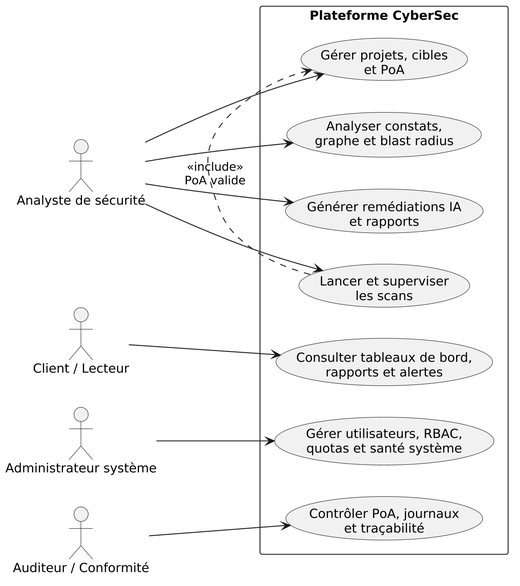
Above: rapport/img/fig_3_1_global_usecases.png in AymenAzizi/CyberSec-Platform (PlantUML), before the change.
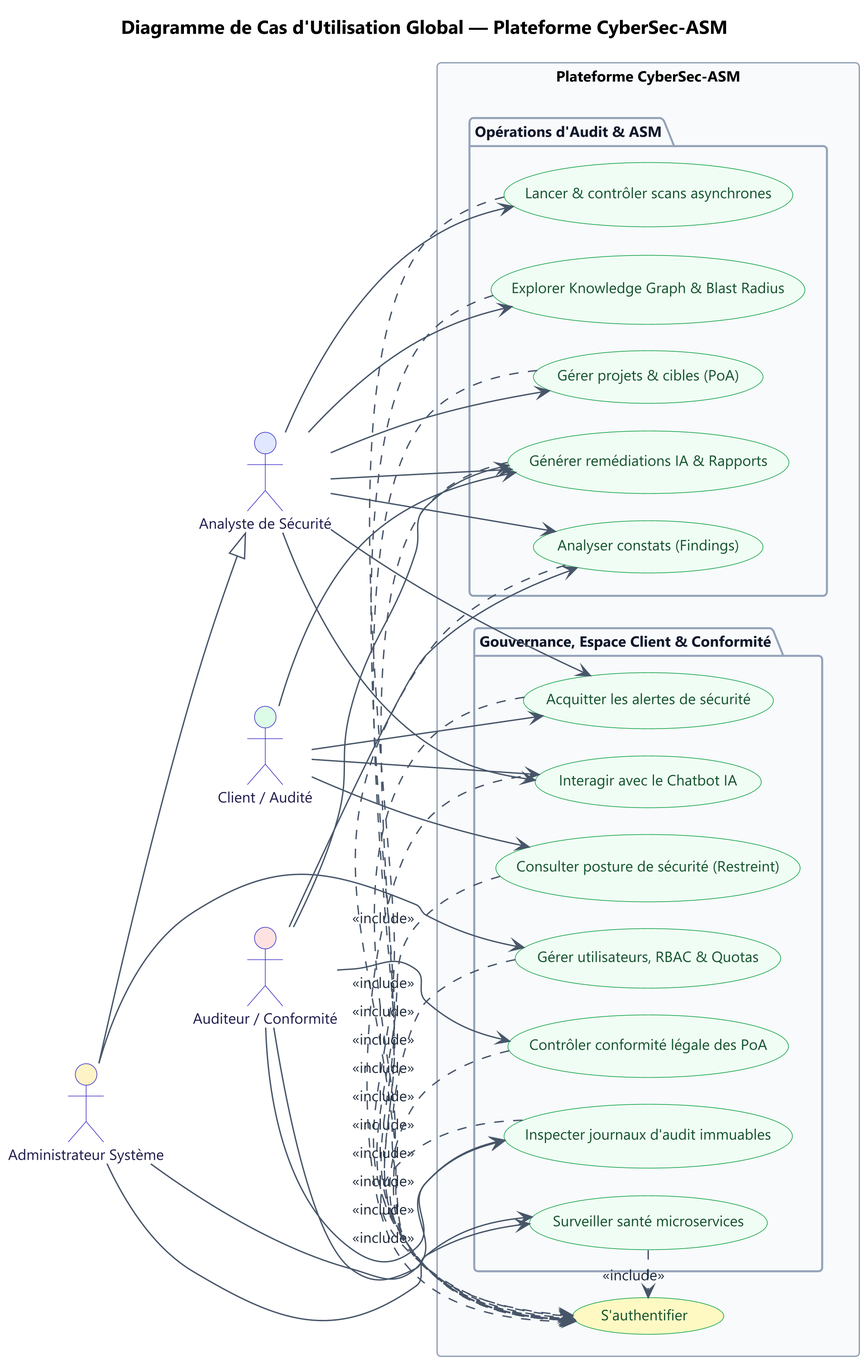
After the change.

What changed in the source:
```diff
@@ -1,27 +1,156 @@
 @startuml
-skinparam dpi 200
 left to right direction
+
 skinparam shadowing false
-skinparam packageStyle rectangle
-actor "Analyste de sécurité" as Analyst
-actor "Client / Lecteur" as Client
-actor "Administrateur système" as Admin
-actor "Auditeur / Conformité" as Auditor
-rectangle "Plateforme CyberSec" {
-  usecase "Gérer projets, cibles\net PoA" as UC1
-  usecase "Lancer et superviser\nles scans" as UC2
-  usecase "Analyser constats,\ngraphe et blast radius" as UC3
-  usecase "Générer remédiations IA\net rapports" as UC4
-  usecase "Consulter tableaux de bord,\nrapports et alertes" as UC5
-  usecase "Gérer utilisateurs, RBAC,\nquotas et santé système" as UC6
-  usecase "Contrôler PoA, journaux\net traçabilité" as UC7
+skinparam roundcorner 6
+skinparam defaultFontName "Segoe UI", Arial, sans-serif
+skinparam defaultFontSize 11
+skinparam dpi 300
+skinparam nodesep 20
+skinparam ranksep 20
+
+skinparam package {
+    BackgroundColor #F8FAFC
+    BorderColor #94A3B8
+    FontColor #0F172A
+    FontStyle bold
 }
-Analyst --> UC1
-Analyst --> UC2
-Analyst --> UC3
-Analyst --> UC4
-Client --> UC5
-Admin --> UC6
-Auditor --> UC7
-UC2 .> UC1 : <<include>>\nPoA valide
+
+skinparam actor {
+    BackgroundColor #EEF2FF
+    BorderColor #4F46E5
+    FontColor #1E1B4B
+}
+
+skinparam usecase {
+    BackgroundColor #F0FDF4
+    BorderColor #16A34A
+    FontColor #14532D
+    ArrowColor #475569
+    ArrowFontColor #334155
+}
+
+skinparam class {
+    BackgroundColor #FFFFFF
+    BorderColor #0284C7
+    HeaderBackgroundColor #F0F9FF
+    FontColor #0F172A
+    ArrowColor #0284C7
+}
+
+skinparam sequence {
+    LifeLineBorderColor #4F46E5
+    LifeLineBackgroundColor #EEF2FF
+    ParticipantBorderColor #4F46E5
+    ParticipantBackgroundColor #EEF2FF
+    ParticipantFontColor #1E1B4B
+    ParticipantFontStyle bold
+    ActorBorderColor #4338CA
+    ActorBackgroundColor #E0E7FF
+    ActorFontColor #1E1B4B
+    ArrowColor #2563EB
+    ArrowFontColor #1E293B
+    GroupBorderColor #94A3B8
+    GroupBackgroundColor #F8FAFC
+}
+
+skinparam state {
+    BackgroundColor #F0FDF4
+    BorderColor #16A34A
+    FontColor #14532D
+    ArrowColor #059669
+    StartColor #16A34A
+    EndColor #DC2626
+}
+
+skinparam activity {
+    BackgroundColor #F8FAFC
+    BorderColor #64748B
+    FontColor #0F172A
+    ArrowColor #475569
+    StartColor #16A34A
+    EndColor #DC2626
+    BarColor #334155
+    DiamondBackgroundColor #FEF3C7
+    DiamondBorderColor #D97706
+}
+
+skinparam node {
+    BackgroundColor #F8FAFC
+    BorderColor #64748B
+    FontColor #0F172A
+}
+
+skinparam component {
+    BackgroundColor #FFFFFF
+    BorderColor #0284C7
+    FontColor #0F172A
+}
+
+title Diagramme de Cas d'Utilisation Global — Plateforme CyberSec-ASM
+
+actor "Analyste de Sécurité" as Analyst #E0E7FF
+actor "Administrateur Système" as Admin #FEF3C7
+actor "Client / Audité" as Client #DCFCE7
+actor "Auditeur / Conformité" as Auditor #FEE2E2
+
+Admin --|> Analyst
+
+rectangle "Plateforme CyberSec-ASM" {
+    usecase "S'authentifier" as Auth #FEF9C3
+
+    package "Opérations d'Audit & ASM" as Ops {
+        usecase "Gérer projets & cibles (PoA)" as UC_Projects
+        usecase "Lancer & contrôler scans asynchrones" as UC_LaunchScan
+        usecase "Analyser constats (Findings)" as UC_Findings
+        usecase "Explorer Knowledge Graph & Blast Radius" as UC_Graph
+        usecase "Générer remédiations IA & Rapports" as UC_Remediation
+    }
+
+    package "Gouvernance, Espace Client & Conformité" as Gov {
+        usecase "Consulter posture de sécurité (Restreint)" as UC_ClientDash
+        usecase "Acquitter les alertes de sécurité" as UC_Alerts
+        usecase "Interagir avec le Chatbot IA" as UC_Chatbot
+        usecase "Gérer utilisateurs, RBAC & Quotas" as UC_AdminUsers
+        usecase "Surveiller santé microservices" as UC_Health
+        usecase "Inspecter journaux d'audit immuables" as UC_AuditLogs
+        usecase "Contrôler conformité légale des PoA" as UC_PoACompliance
+    }
+
+    UC_Projects .> Auth : <<include>>
+    UC_LaunchScan .> Auth : <<include>>
+    UC_Findings .> Auth : <<include>>
+    UC_Graph .> Auth : <<include>>
+    UC_Remediation .> Auth : <<include>>
+    UC_ClientDash .> Auth : <<include>>
+    UC_Alerts .> Auth : <<include>>
+    UC_Chatbot .> Auth : <<include>>
+    UC_AdminUsers .> Auth : <<include>>
+    UC_Health .> Auth : <<include>>
+    UC_AuditLogs .> Auth : <<include>>
+    UC_PoACompliance .> Auth : <<include>>
+}
+
+Analyst --> UC_Projects
+Analyst --> UC_LaunchScan
+Analyst --> UC_Findings
+Analyst --> UC_Graph
+Analyst --> UC_Remediation
+Analyst --> UC_Alerts
+Analyst --> UC_Chatbot
+
+Admin --> UC_AdminUsers
+Admin --> UC_Health
+Admin --> UC_AuditLogs
+
+Client --> UC_ClientDash
+Client --> UC_Remediation
+Client --> UC_Alerts
+Client --> UC_Chatbot
+
+Auditor --> UC_AuditLogs
+Auditor --> UC_PoACompliance
+Auditor --> UC_Health
+Auditor --> UC_Findings
+Auditor --> UC_Remediation
 @enduml
```
